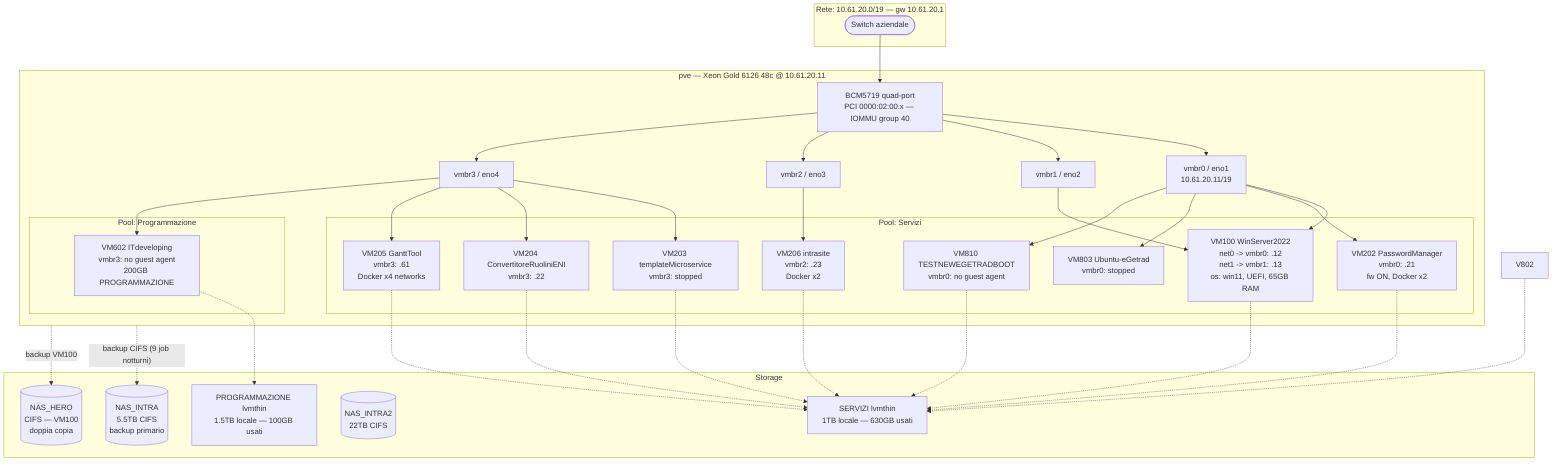
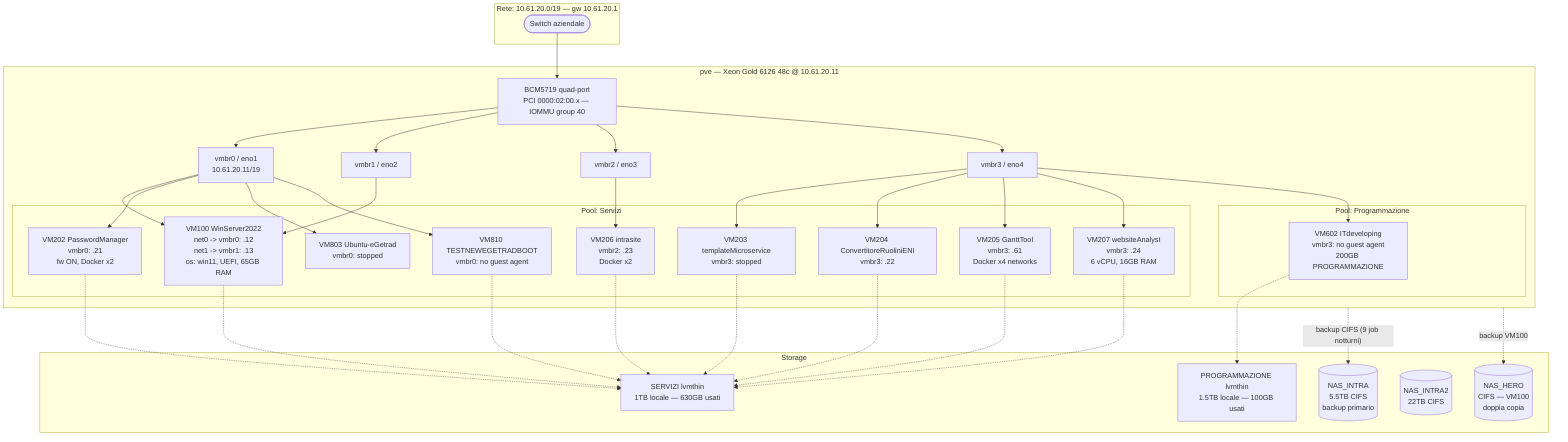
---
description: Topologia di rete Proxmox VE - Intrawelt
source: output/proxmox-config.md (snapshot 2026-06-19)
node: pve @ 10.61.20.11
subnet: 10.61.20.0/19, gw 10.61.20.1
---

graph TB
    subgraph NET["Rete: 10.61.20.0/19 — gw 10.61.20.1"]
        SW([Switch aziendale])
    end

    subgraph PVE["pve — Xeon Gold 6126 48c @ 10.61.20.11"]
        BCM["BCM5719 quad-port\nPCI 0000:02:00.x — IOMMU group 40"]

        B0["vmbr0 / eno1\n10.61.20.11/19"]
        B1["vmbr1 / eno2"]
        B2["vmbr2 / eno3"]
        B3["vmbr3 / eno4"]

        BCM --> B0 & B1 & B2 & B3

        subgraph PS["Pool: Servizi"]
            V100["VM100 WinServer2022\nnet0 -&gt; vmbr0: .12\nnet1 -&gt; vmbr1: .13\nos: win11, UEFI, 65GB RAM"]
            V202["VM202 PasswordManager\nvmbr0: .21\nfw ON, Docker x2"]
            V803["VM803 Ubuntu-eGetrad\nvmbr0: stopped"]
            V810["VM810 TESTNEWEGETRADBOOT\nvmbr0: no guest agent"]
            V203["VM203 templateMicroservice\nvmbr3: stopped"]
            V204["VM204 ConvertitoreRuoliniENI\nvmbr3: .22"]
            V205["VM205 GanttTool\nvmbr3: .61\nDocker x4 networks"]
            V206["VM206 intrasite\nvmbr2: .23\nDocker x2"]
+             V207["VM207 websiteAnalyst\nvmbr3: .24\n6 vCPU, 16GB RAM"]
        end

        subgraph PP["Pool: Programmazione"]
            V602["VM602 ITdeveloping\nvmbr3: no guest agent\n200GB PROGRAMMAZIONE"]
        end

        B0 --> V100 & V202 & V803 & V810
        B1 --> V100
        B2 --> V206
-         B3 --> V203 & V204 & V205 & V602
+         B3 --> V203 & V204 & V205 & V207 & V602
    end

    subgraph STOR["Storage"]
        SLVM["SERVIZI lvmthin\n1TB locale — 630GB usati"]
        PLVM["PROGRAMMAZIONE lvmthin\n1.5TB locale — 100GB usati"]
        NI[("NAS_INTRA\n5.5TB CIFS\nbackup primario")]
        NI2[("NAS_INTRA2\n22TB CIFS")]
        NH[("NAS_HERO\nCIFS — VM100\ndoppia copia")]
    end

    SW --> BCM
    PVE -. "backup CIFS (9 job notturni)" .-> NI
    PVE -. "backup VM100" .-> NH
-     V100 & V202 & V203 & V204 & V205 & V206 & V802 & V810 -.-> SLVM
+     V100 & V202 & V203 & V204 & V205 & V206 & V207 & V810 -.-> SLVM
    V602 -.-> PLVM
